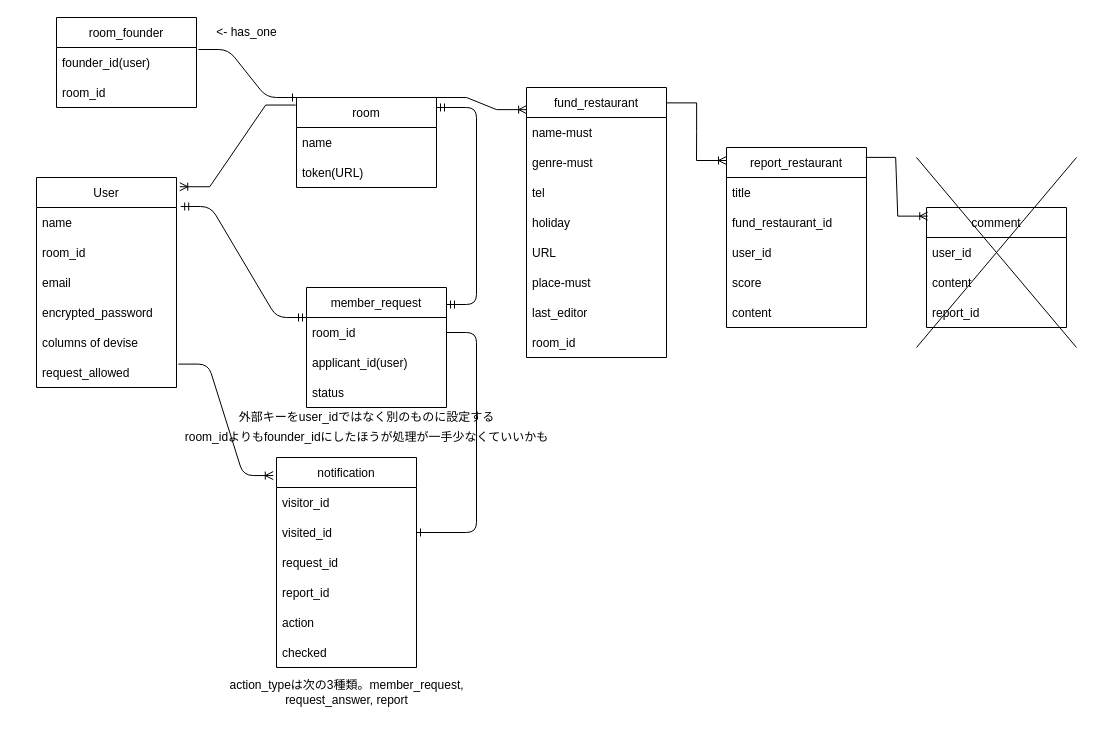
Above: ER_diagram.drawio in kashmii/favs_we_know (draw.io), before the change. Source tidied: cells renumbered, new cells numbered last; positions are measured from the earlier drawing's top-left corner, leaving out a move shared by most shapes. Both pictures are drawn from the tidied source at 100%, with x=0, y=0 at pixel (36, 17).
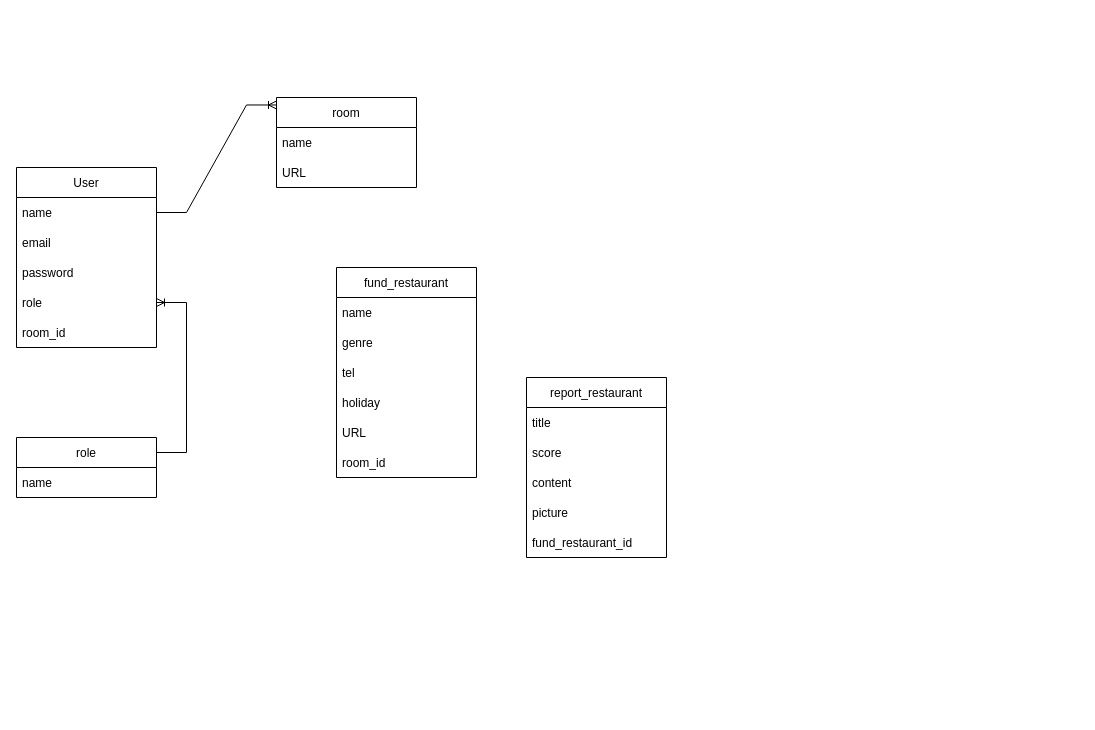
The same diagram, later.

The change refers to these unchanged cells:
```xml
<mxCell id="6" value="name" style="text;strokeColor=none;fillColor=none;align=left;verticalAlign=middle;spacingLeft=4;spacingRight=4;overflow=hidden;points=[[0,0.5],[1,0.5]];portConstraint=eastwest;" parent="5" vertex="1">
  <mxGeometry y="30" width="140" height="30" as="geometry" />
</mxCell>
```

Diff of the diagram source:
```diff
@@
     <mxCell id="2" value="room" style="swimlane;fontStyle=0;horizontal=1;startSize=30;" parent="1" vertex="1">
-      <mxGeometry x="260" y="80" width="140" height="90" as="geometry" />
+      <mxGeometry x="240" y="80" width="140" height="90" as="geometry" />
     </mxCell>
@@
-    <mxCell id="4" value="token(URL)" style="text;strokeColor=none;fillColor=none;align=left;verticalAlign=middle;spacingLeft=4;spacingRight=4;overflow=hidden;" parent="2" vertex="1">
+    <mxCell id="4" value="URL" style="text;strokeColor=none;fillColor=none;align=left;verticalAlign=middle;spacingLeft=4;spacingRight=4;overflow=hidden;" parent="2" vertex="1">
       <mxGeometry y="60" width="140" height="30" as="geometry" />
     </mxCell>
     <mxCell id="5" value="User" style="swimlane;fontStyle=0;horizontal=1;startSize=30;" parent="1" vertex="1">
-      <mxGeometry y="160" width="140" height="210" as="geometry" />
+      <mxGeometry x="-20" y="150" width="140" height="180" as="geometry" />
     </mxCell>
@@
-    <mxCell id="7" value="room_id" style="text;strokeColor=none;fillColor=none;align=left;verticalAlign=middle;spacingLeft=4;spacingRight=4;overflow=hidden;" parent="5" vertex="1">
-      <mxGeometry y="60" width="140" height="30" as="geometry" />
-    </mxCell>
     <mxCell id="8" value="email" style="text;strokeColor=none;fillColor=none;align=left;verticalAlign=middle;spacingLeft=4;spacingRight=4;overflow=hidden;" parent="5" vertex="1">
-      <mxGeometry y="90" width="140" height="30" as="geometry" />
+      <mxGeometry y="60" width="140" height="30" as="geometry" />
     </mxCell>
-    <mxCell id="9" value="encrypted_password" style="text;strokeColor=none;fillColor=none;align=left;verticalAlign=middle;spacingLeft=4;spacingRight=4;overflow=hidden;" parent="5" vertex="1">
-      <mxGeometry y="120" width="140" height="30" as="geometry" />
+    <mxCell id="9" value="password" style="text;strokeColor=none;fillColor=none;align=left;verticalAlign=middle;spacingLeft=4;spacingRight=4;overflow=hidden;" parent="5" vertex="1">
+      <mxGeometry y="90" width="140" height="30" as="geometry" />
     </mxCell>
-    <mxCell id="10" value="columns of devise   " style="text;strokeColor=none;fillColor=none;align=left;verticalAlign=middle;spacingLeft=4;spacingRight=4;overflow=hidden;points=[[0,0.5],[1,0.5]];portConstraint=eastwest;" parent="5" vertex="1">
-      <mxGeometry y="150" width="140" height="30" as="geometry" />
+    <mxCell id="10" value="role" style="text;strokeColor=none;fillColor=none;align=left;verticalAlign=middle;spacingLeft=4;spacingRight=4;overflow=hidden;points=[[0,0.5],[1,0.5]];portConstraint=eastwest;" parent="5" vertex="1">
+      <mxGeometry y="120" width="140" height="30" as="geometry" />
     </mxCell>
-    <mxCell id="11" value="request_allowed" style="text;strokeColor=none;fillColor=none;align=left;verticalAlign=middle;spacingLeft=4;spacingRight=4;overflow=hidden;" parent="5" vertex="1">
-      <mxGeometry y="180" width="140" height="30" as="geometry" />
-    </mxCell>
+    <mxCell id="7" value="room_id" style="text;strokeColor=none;fillColor=none;align=left;verticalAlign=middle;spacingLeft=4;spacingRight=4;overflow=hidden;" parent="5" vertex="1">
+      <mxGeometry y="150" width="140" height="30" as="geometry" />
+    </mxCell>
     <mxCell id="12" value="fund_restaurant" style="swimlane;fontStyle=0;horizontal=1;startSize=30;" parent="1" vertex="1">
-      <mxGeometry x="490" y="70" width="140" height="270" as="geometry" />
+      <mxGeometry x="300" y="250" width="140" height="210" as="geometry" />
     </mxCell>
-    <mxCell id="13" value="name-must" style="text;strokeColor=none;fillColor=none;align=left;verticalAlign=middle;spacingLeft=4;spacingRight=4;overflow=hidden;" parent="12" vertex="1">
+    <mxCell id="13" value="name" style="text;strokeColor=none;fillColor=none;align=left;verticalAlign=middle;spacingLeft=4;spacingRight=4;overflow=hidden;" parent="12" vertex="1">
       <mxGeometry y="30" width="140" height="30" as="geometry" />
     </mxCell>
-    <mxCell id="14" value="genre-must" style="text;strokeColor=none;fillColor=none;align=left;verticalAlign=middle;spacingLeft=4;spacingRight=4;overflow=hidden;" parent="12" vertex="1">
+    <mxCell id="14" value="genre" style="text;strokeColor=none;fillColor=none;align=left;verticalAlign=middle;spacingLeft=4;spacingRight=4;overflow=hidden;" parent="12" vertex="1">
       <mxGeometry y="60" width="140" height="30" as="geometry" />
     </mxCell>
@@
-    <mxCell id="18" value="place-must" style="text;strokeColor=none;fillColor=none;align=left;verticalAlign=middle;spacingLeft=4;spacingRight=4;overflow=hidden;" parent="12" vertex="1">
+    <mxCell id="18" value="room_id" style="text;strokeColor=none;fillColor=none;align=left;verticalAlign=middle;spacingLeft=4;spacingRight=4;overflow=hidden;" parent="12" vertex="1">
       <mxGeometry y="180" width="140" height="30" as="geometry" />
     </mxCell>
-    <mxCell id="19" value="last_editor" style="text;strokeColor=none;fillColor=none;align=left;verticalAlign=middle;spacingLeft=4;spacingRight=4;overflow=hidden;" parent="12" vertex="1">
-      <mxGeometry y="210" width="140" height="30" as="geometry" />
-    </mxCell>
-    <mxCell id="20" value="room_id" style="text;strokeColor=none;fillColor=none;align=left;verticalAlign=middle;spacingLeft=4;spacingRight=4;overflow=hidden;" parent="12" vertex="1">
-      <mxGeometry y="240" width="140" height="30" as="geometry" />
-    </mxCell>
+    <mxCell id="43" value="report_restaurant" style="swimlane;fontStyle=0;horizontal=1;startSize=30;" parent="1" vertex="1">
+      <mxGeometry x="490" y="360" width="140" height="180" as="geometry" />
+    </mxCell>
+    <mxCell id="45" value="title" style="text;strokeColor=none;fillColor=none;align=left;verticalAlign=middle;spacingLeft=4;spacingRight=4;overflow=hidden;" parent="43" vertex="1">
+      <mxGeometry y="30" width="140" height="30" as="geometry" />
+    </mxCell>
+    <mxCell id="48" value="score" style="text;strokeColor=none;fillColor=none;align=left;verticalAlign=middle;spacingLeft=4;spacingRight=4;overflow=hidden;" parent="43" vertex="1">
+      <mxGeometry y="60" width="140" height="30" as="geometry" />
+    </mxCell>
+    <mxCell id="49" value="content" style="text;strokeColor=none;fillColor=none;align=left;verticalAlign=middle;spacingLeft=4;spacingRight=4;overflow=hidden;" parent="43" vertex="1">
+      <mxGeometry y="90" width="140" height="30" as="geometry" />
+    </mxCell>
+    <mxCell id="60" value="picture" style="text;strokeColor=none;fillColor=none;align=left;verticalAlign=middle;spacingLeft=4;spacingRight=4;overflow=hidden;" parent="43" vertex="1">
+      <mxGeometry y="120" width="140" height="30" as="geometry" />
+    </mxCell>
+    <mxCell id="46" value="fund_restaurant_id" style="text;strokeColor=none;fillColor=none;align=left;verticalAlign=middle;spacingLeft=4;spacingRight=4;overflow=hidden;" parent="43" vertex="1">
+      <mxGeometry y="150" width="140" height="30" as="geometry" />
+    </mxCell>
-    <mxCell id="21" value="notification" style="swimlane;fontStyle=0;horizontal=1;startSize=30;" parent="1" vertex="1">
-      <mxGeometry x="240" y="440" width="140" height="210" as="geometry" />
+    <mxCell id="21" value="role" style="swimlane;fontStyle=0;horizontal=1;startSize=30;" parent="1" vertex="1">
+      <mxGeometry x="-20" y="420" width="140" height="60" as="geometry" />
     </mxCell>
-    <mxCell id="22" value="visitor_id" style="text;strokeColor=none;fillColor=none;align=left;verticalAlign=middle;spacingLeft=4;spacingRight=4;overflow=hidden;" parent="21" vertex="1">
+    <mxCell id="22" value="name" style="text;strokeColor=none;fillColor=none;align=left;verticalAlign=middle;spacingLeft=4;spacingRight=4;overflow=hidden;" parent="21" vertex="1">
       <mxGeometry y="30" width="140" height="30" as="geometry" />
     </mxCell>
-    <mxCell id="23" value="visited_id" style="text;strokeColor=none;fillColor=none;align=left;verticalAlign=middle;spacingLeft=4;spacingRight=4;overflow=hidden;points=[[0,0.5],[1,0.5]];portConstraint=eastwest;" parent="21" vertex="1">
-      <mxGeometry y="60" width="140" height="30" as="geometry" />
-    </mxCell>
-    <mxCell id="24" value="request_id" style="text;strokeColor=none;fillColor=none;align=left;verticalAlign=middle;spacingLeft=4;spacingRight=4;overflow=hidden;" parent="21" vertex="1">
-      <mxGeometry y="90" width="140" height="30" as="geometry" />
-    </mxCell>
-    <mxCell id="25" value="report_id" style="text;strokeColor=none;fillColor=none;align=left;verticalAlign=middle;spacingLeft=4;spacingRight=4;overflow=hidden;" parent="21" vertex="1">
-      <mxGeometry y="120" width="140" height="30" as="geometry" />
-    </mxCell>
-    <mxCell id="26" value="action" style="text;strokeColor=none;fillColor=none;align=left;verticalAlign=middle;spacingLeft=4;spacingRight=4;overflow=hidden;" parent="21" vertex="1">
-      <mxGeometry y="150" width="140" height="30" as="geometry" />
-    </mxCell>
-    <mxCell id="27" value="checked" style="text;strokeColor=none;fillColor=none;align=left;verticalAlign=middle;spacingLeft=4;spacingRight=4;overflow=hidden;" parent="21" vertex="1">
-      <mxGeometry y="180" width="140" height="30" as="geometry" />
-    </mxCell>
+    <mxCell id="61" style="edgeStyle=entityRelationEdgeStyle;fontSize=12;html=1;endArrow=ERoneToMany;rounded=0;entryX=1;entryY=0.5;entryDx=0;entryDy=0;exitX=1;exitY=0.25;exitDx=0;exitDy=0;" parent="1" edge="1" source="21" target="10">
+      <mxGeometry relative="1" as="geometry" />
+    </mxCell>
-    <mxCell id="28" style="edgeStyle=entityRelationEdgeStyle;fontSize=12;html=1;endArrow=ERoneToMany;rounded=0;entryX=1.023;entryY=0.044;entryDx=0;entryDy=0;entryPerimeter=0;exitX=-0.006;exitY=0.084;exitDx=0;exitDy=0;exitPerimeter=0;" parent="1" edge="1" source="2" target="5">
+    <mxCell id="28" style="edgeStyle=entityRelationEdgeStyle;fontSize=12;html=1;endArrow=ERoneToMany;rounded=0;exitX=1;exitY=0.5;exitDx=0;exitDy=0;entryX=0;entryY=0.083;entryDx=0;entryDy=0;entryPerimeter=0;" parent="1" edge="1" source="6" target="2">
       <mxGeometry relative="1" as="geometry" />
     </mxCell>
-    <mxCell id="29" value="member_request" style="swimlane;fontStyle=0;horizontal=1;startSize=30;" parent="1" vertex="1">
-      <mxGeometry x="270" y="270" width="140" height="120" as="geometry" />
-    </mxCell>
-    <mxCell id="30" value="room_id" style="text;strokeColor=none;fillColor=none;align=left;verticalAlign=middle;spacingLeft=4;spacingRight=4;overflow=hidden;points=[[0,0.5],[1,0.5]];portConstraint=eastwest;" parent="29" vertex="1">
-      <mxGeometry y="30" width="140" height="30" as="geometry" />
-    </mxCell>
-    <mxCell id="31" value="applicant_id(user)" style="text;strokeColor=none;fillColor=none;align=left;verticalAlign=middle;spacingLeft=4;spacingRight=4;overflow=hidden;" parent="29" vertex="1">
-      <mxGeometry y="60" width="140" height="30" as="geometry" />
-    </mxCell>
-    <mxCell id="32" value="status" style="text;strokeColor=none;fillColor=none;align=left;verticalAlign=middle;spacingLeft=4;spacingRight=4;overflow=hidden;" parent="29" vertex="1">
-      <mxGeometry y="90" width="140" height="30" as="geometry" />
-    </mxCell>
-    <mxCell id="33" style="edgeStyle=entityRelationEdgeStyle;fontSize=12;html=1;endArrow=ERmandOne;startArrow=ERmandOne;entryX=1;entryY=0.111;entryDx=0;entryDy=0;entryPerimeter=0;" parent="1" edge="1" target="2">
-      <mxGeometry relative="1" as="geometry">
-        <mxPoint x="410" y="287" as="sourcePoint" />
-      </mxGeometry>
-    </mxCell>
-    <mxCell id="34" style="edgeStyle=entityRelationEdgeStyle;fontSize=12;html=1;endArrow=ERmandOne;startArrow=ERmandOne;exitX=1.03;exitY=-0.033;exitDx=0;exitDy=0;exitPerimeter=0;entryX=0;entryY=0.25;entryDx=0;entryDy=0;" parent="1" edge="1" source="6" target="29">
-      <mxGeometry relative="1" as="geometry" />
-    </mxCell>
-    <mxCell id="35" value="外部キーをuser_idではなく別のものに設定する" style="text;html=1;align=center;verticalAlign=middle;strokeColor=none;fillColor=none;" parent="1" vertex="1">
-      <mxGeometry x="195" y="390" width="270" height="20" as="geometry" />
-    </mxCell>
-    <mxCell id="36" style="edgeStyle=entityRelationEdgeStyle;fontSize=12;html=1;endArrow=ERoneToMany;exitX=1.013;exitY=0.22;exitDx=0;exitDy=0;exitPerimeter=0;entryX=-0.023;entryY=0.086;entryDx=0;entryDy=0;entryPerimeter=0;" parent="1" edge="1" target="21">
-      <mxGeometry relative="1" as="geometry">
-        <mxPoint x="141.8" y="346.6" as="sourcePoint" />
-      </mxGeometry>
-    </mxCell>
-    <mxCell id="37" style="edgeStyle=entityRelationEdgeStyle;fontSize=12;html=1;endArrow=ERone;endFill=1;entryX=1;entryY=0.5;entryDx=0;entryDy=0;" parent="1" edge="1" source="30" target="23">
-      <mxGeometry relative="1" as="geometry" />
-    </mxCell>
-    <mxCell id="38" value="room_idよりもfounder_idにしたほうが処理が一手少なくていいかも" style="text;html=1;align=center;verticalAlign=middle;strokeColor=none;fillColor=none;" parent="1" vertex="1">
-      <mxGeometry x="140" y="410" width="380" height="20" as="geometry" />
-    </mxCell>
-    <mxCell id="39" value="comment" style="swimlane;fontStyle=0;horizontal=1;startSize=30;" parent="1" vertex="1">
-      <mxGeometry x="890" y="190" width="140" height="120" as="geometry" />
-    </mxCell>
-    <mxCell id="40" value="user_id" style="text;strokeColor=none;fillColor=none;align=left;verticalAlign=middle;spacingLeft=4;spacingRight=4;overflow=hidden;" parent="39" vertex="1">
-      <mxGeometry y="30" width="140" height="30" as="geometry" />
-    </mxCell>
-    <mxCell id="41" value="content" style="text;strokeColor=none;fillColor=none;align=left;verticalAlign=middle;spacingLeft=4;spacingRight=4;overflow=hidden;" parent="39" vertex="1">
-      <mxGeometry y="60" width="140" height="30" as="geometry" />
-    </mxCell>
-    <mxCell id="42" value="report_id" style="text;strokeColor=none;fillColor=none;align=left;verticalAlign=middle;spacingLeft=4;spacingRight=4;overflow=hidden;" parent="39" vertex="1">
-      <mxGeometry y="90" width="140" height="30" as="geometry" />
-    </mxCell>
-    <mxCell id="43" value="report_restaurant" style="swimlane;fontStyle=0;horizontal=1;startSize=30;" parent="1" vertex="1">
-      <mxGeometry x="690" y="130" width="140" height="180" as="geometry" />
-    </mxCell>
-    <mxCell id="44" style="edgeStyle=entityRelationEdgeStyle;fontSize=12;html=1;endArrow=ERoneToMany;rounded=0;entryX=1.023;entryY=0.044;entryDx=0;entryDy=0;entryPerimeter=0;exitX=1.001;exitY=0.057;exitDx=0;exitDy=0;exitPerimeter=0;" parent="43" edge="1" source="12">
-      <mxGeometry relative="1" as="geometry">
-        <mxPoint y="13" as="targetPoint" />
-      </mxGeometry>
-    </mxCell>
-    <mxCell id="45" value="title" style="text;strokeColor=none;fillColor=none;align=left;verticalAlign=middle;spacingLeft=4;spacingRight=4;overflow=hidden;" parent="43" vertex="1">
-      <mxGeometry y="30" width="140" height="30" as="geometry" />
-    </mxCell>
-    <mxCell id="46" value="fund_restaurant_id" style="text;strokeColor=none;fillColor=none;align=left;verticalAlign=middle;spacingLeft=4;spacingRight=4;overflow=hidden;" parent="43" vertex="1">
-      <mxGeometry y="60" width="140" height="30" as="geometry" />
-    </mxCell>
-    <mxCell id="47" value="user_id" style="text;strokeColor=none;fillColor=none;align=left;verticalAlign=middle;spacingLeft=4;spacingRight=4;overflow=hidden;" parent="43" vertex="1">
-      <mxGeometry y="90" width="140" height="30" as="geometry" />
-    </mxCell>
-    <mxCell id="48" value="score" style="text;strokeColor=none;fillColor=none;align=left;verticalAlign=middle;spacingLeft=4;spacingRight=4;overflow=hidden;" parent="43" vertex="1">
-      <mxGeometry y="120" width="140" height="30" as="geometry" />
-    </mxCell>
-    <mxCell id="49" value="content" style="text;strokeColor=none;fillColor=none;align=left;verticalAlign=middle;spacingLeft=4;spacingRight=4;overflow=hidden;" parent="43" vertex="1">
-      <mxGeometry y="150" width="140" height="30" as="geometry" />
-    </mxCell>
-    <mxCell id="50" value="action_typeは次の3種類。member_request,&lt;br&gt;request_answer, report" style="text;html=1;align=center;verticalAlign=middle;strokeColor=none;fillColor=none;" parent="1" vertex="1">
-      <mxGeometry x="180" y="655" width="260" height="40" as="geometry" />
-    </mxCell>
-    <mxCell id="51" style="edgeStyle=entityRelationEdgeStyle;fontSize=12;html=1;endArrow=ERoneToMany;rounded=0;entryX=0.001;entryY=0.082;entryDx=0;entryDy=0;entryPerimeter=0;exitX=1;exitY=0;exitDx=0;exitDy=0;" parent="1" edge="1" source="2" target="12">
-      <mxGeometry relative="1" as="geometry" />
-    </mxCell>
-    <mxCell id="52" style="edgeStyle=entityRelationEdgeStyle;fontSize=12;html=1;endArrow=ERoneToMany;rounded=0;entryX=0.009;entryY=0.072;entryDx=0;entryDy=0;entryPerimeter=0;exitX=0.994;exitY=0.055;exitDx=0;exitDy=0;exitPerimeter=0;" parent="1" edge="1" source="43" target="39">
-      <mxGeometry relative="1" as="geometry" />
-    </mxCell>
-    <mxCell id="53" style="endArrow=none;html=1;" parent="1" edge="1">
-      <mxGeometry relative="1" as="geometry">
-        <mxPoint x="880" y="330" as="sourcePoint" />
-        <mxPoint x="1040" y="140" as="targetPoint" />
-      </mxGeometry>
-    </mxCell>
-    <mxCell id="54" style="endArrow=none;html=1;" parent="1" edge="1">
-      <mxGeometry relative="1" as="geometry">
-        <mxPoint x="880" y="140" as="sourcePoint" />
-        <mxPoint x="1040" y="330" as="targetPoint" />
-      </mxGeometry>
-    </mxCell>
-    <mxCell id="55" value="room_founder" style="swimlane;fontStyle=0;horizontal=1;startSize=30;" parent="1" vertex="1">
-      <mxGeometry x="20" width="140" height="90" as="geometry" />
-    </mxCell>
-    <mxCell id="56" value="founder_id(user)" style="text;strokeColor=none;fillColor=none;align=left;verticalAlign=middle;spacingLeft=4;spacingRight=4;overflow=hidden;points=[[0,0.5],[1,0.5]];portConstraint=eastwest;" parent="55" vertex="1">
-      <mxGeometry y="30" width="140" height="30" as="geometry" />
-    </mxCell>
-    <mxCell id="57" value="room_id" style="text;strokeColor=none;fillColor=none;align=left;verticalAlign=middle;spacingLeft=4;spacingRight=4;overflow=hidden;" parent="55" vertex="1">
-      <mxGeometry y="60" width="140" height="30" as="geometry" />
-    </mxCell>
-    <mxCell id="58" value="&amp;lt;- has_one" style="text;html=1;align=center;verticalAlign=middle;strokeColor=none;fillColor=none;" parent="1" vertex="1">
-      <mxGeometry x="170" width="80" height="30" as="geometry" />
-    </mxCell>
-    <mxCell id="59" style="edgeStyle=entityRelationEdgeStyle;fontSize=12;html=1;endArrow=ERone;endFill=1;entryX=0;entryY=0;entryDx=0;entryDy=0;exitX=1.013;exitY=0.067;exitDx=0;exitDy=0;exitPerimeter=0;" parent="1" edge="1" source="56" target="2">
-      <mxGeometry relative="1" as="geometry" />
-    </mxCell>
```
